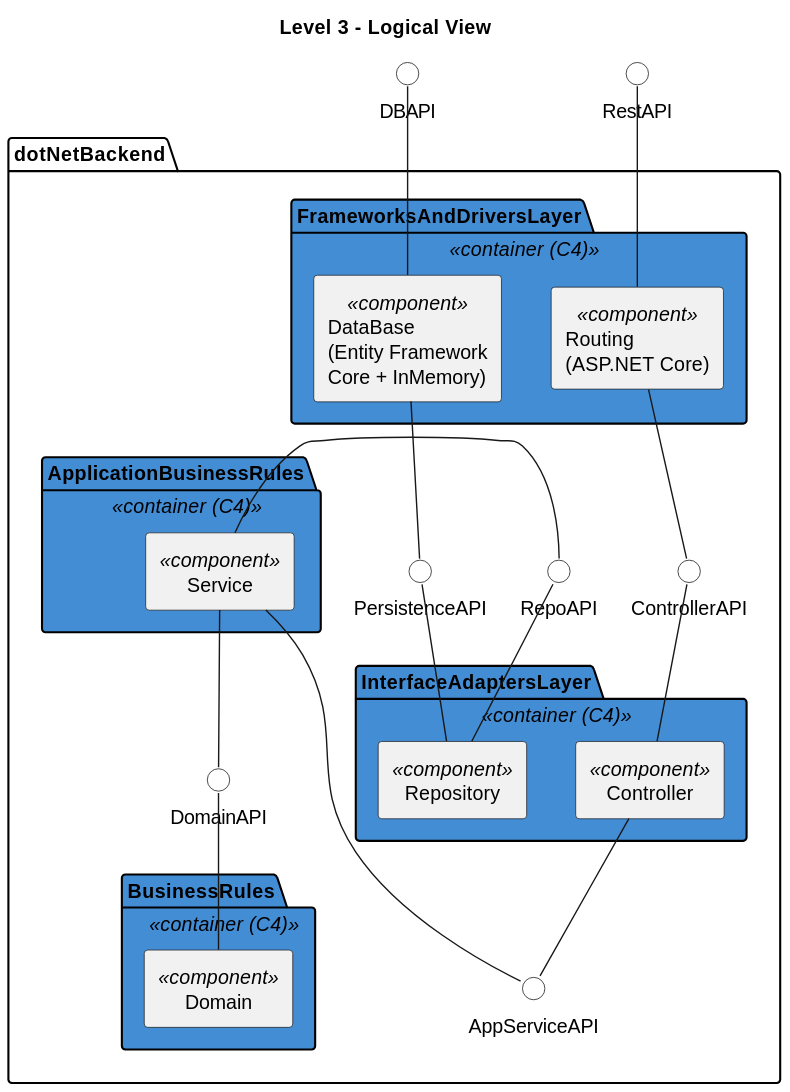
This is docs/sprint1/level3/logical_view/logical_view.svg from Departamento-de-Engenharia-Informatica/LEI-SEM5-PI-2025-26-3DK-04, a PlantUML export, as it was before one commit. Its diagram source:
```plantuml
@startuml
title Level 3 - Logical View

skinparam componentStyle rectangle
skinparam rectangle {
    BackgroundColor<<RestAPI>> LightBlue
    BackgroundColor<<DatabaseAPI>> LightBlue
    BackgroundColor<<Routing>> Cyan
    BackgroundColor<<Database>> Cyan
    BackgroundColor<<Controller>> LightGreen
    BackgroundColor<<Repository>> LightGreen
    BackgroundColor<<Service>> LightCoral
    BackgroundColor<<Domain>> Orange
    BorderColor Black
    FontSize 11
}

skinparam interface {
    BackgroundColor White
    BorderColor Black
}

() "RestAPI" as RestAPI
() "DBAPI" as DatabaseAPI

package "dotNetBackend" {

    package "FrameworksAndDriversLayer" <<container (C4)>> #438DD5 {

        component "Routing\n(ASP.NET Core)" as Routing <<component>> {
        }

        component "DataBase\n(Entity Framework\nCore + InMemory)" as Database <<component>> {
        }
    }

    package "InterfaceAdaptersLayer" <<container (C4)>> #438DD5 {

        component "Controller" as Controller <<component>> {
        }

        component "Repository" as Repository <<component>> {
        }
    }

    package "ApplicationBusinessRules" <<container (C4)>> #438DD5 {

        component "Service" as Service <<component>> {
        }
    }

    package "BusinessRules" <<container (C4)>> #438DD5 {

        component "Domain" as Domain <<component>> {
        }
    }

    () "ControllerAPI" as ControllerAPI
    () "PersistenceAPI" as PersistenceAPI
    () "AppServiceAPI" as AppServiceAPI
    () "RepoAPI" as RepoAPI
    () "DomainAPI" as DomainAPI

    RestAPI -down- Routing
    Routing -down- ControllerAPI
    ControllerAPI -down- Controller

    Controller -down- AppServiceAPI
    AppServiceAPI -down- Service

    Service -down- DomainAPI
    DomainAPI -down- Domain

    Service -right- RepoAPI
    RepoAPI -down- Repository

    Repository -up- PersistenceAPI
    PersistenceAPI -up- Database

    DatabaseAPI -down- Database
}
@enduml
```
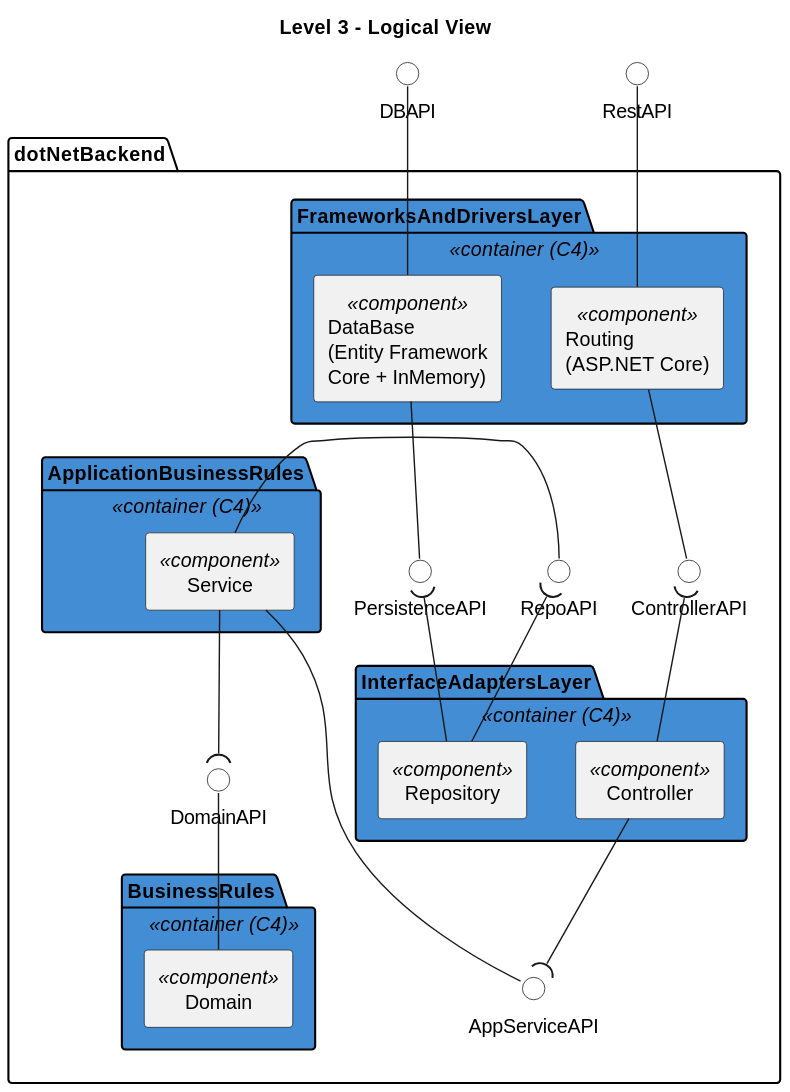
After the commit.

The edit, as a diff of the source:
```diff
@@ -63,18 +63,18 @@
 
     RestAPI -down- Routing
     Routing -down- ControllerAPI
-    ControllerAPI -down- Controller
+    ControllerAPI )-down- Controller
 
-    Controller -down- AppServiceAPI
+    Controller -down-( AppServiceAPI
     AppServiceAPI -down- Service
 
-    Service -down- DomainAPI
+    Service -down-( DomainAPI
     DomainAPI -down- Domain
 
     Service -right- RepoAPI
-    RepoAPI -down- Repository
+    RepoAPI )-down- Repository
 
-    Repository -up- PersistenceAPI
+    Repository -up-( PersistenceAPI
     PersistenceAPI -up- Database
 
     DatabaseAPI -down- Database
```
